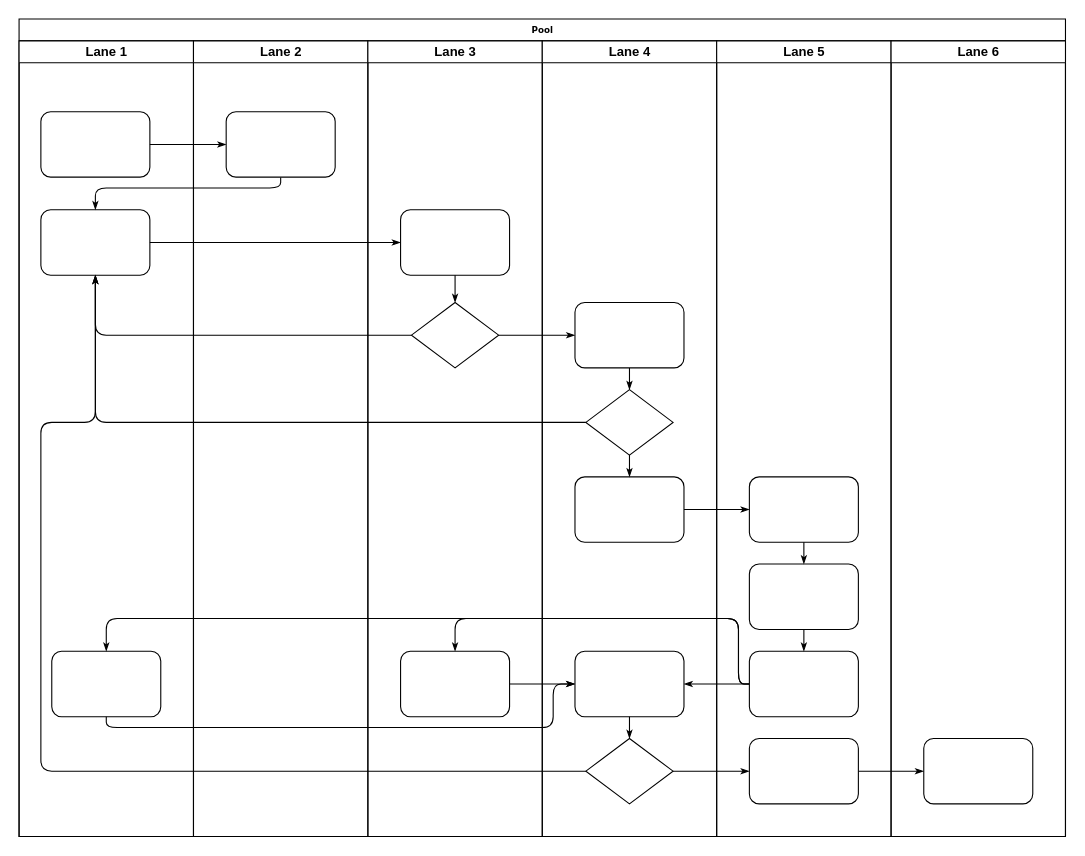
This is Untitled Diagram.drawio from AutoAllenWu/MyAuto, a draw.io file, before an edit. Source tidied: cells renumbered, new cells numbered last; positions are measured from the earlier drawing's top-left corner, leaving out a move shared by most shapes. Both pictures are drawn from the tidied source at 109%, with x=0, y=0 at pixel (19, 19).
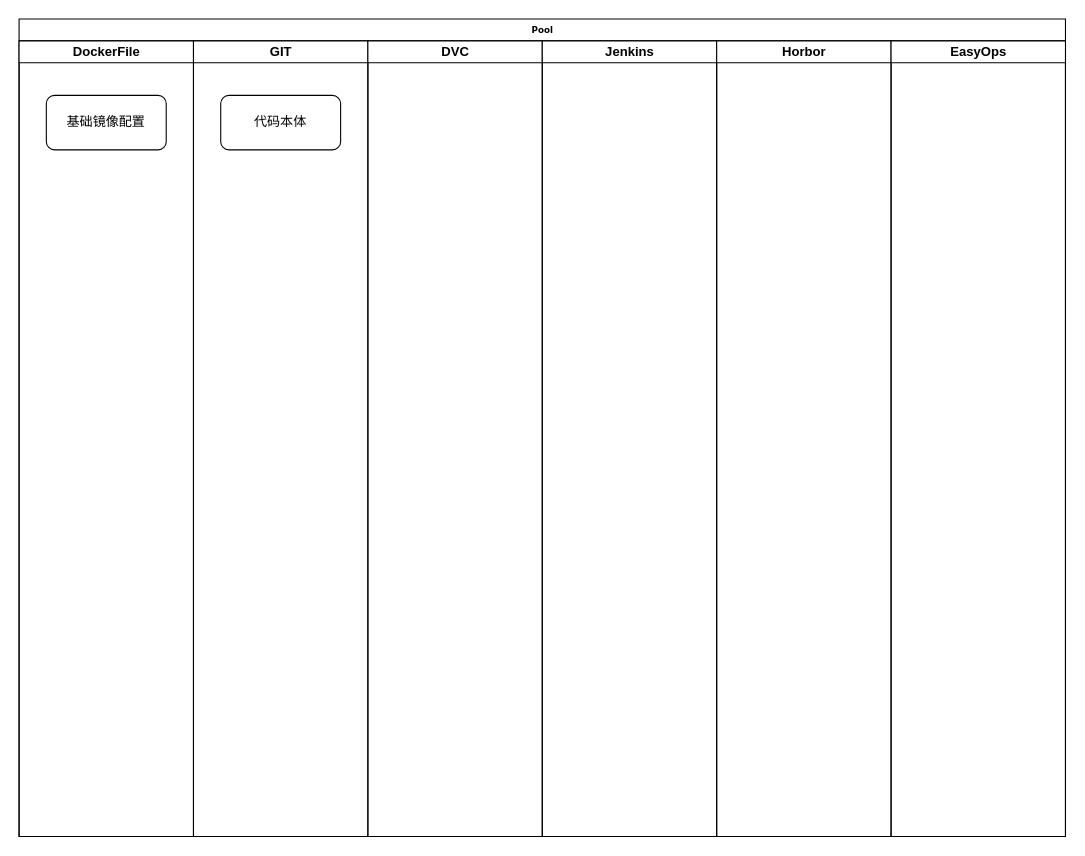
After the change.

The change refers to these unchanged cells:
```xml
<mxCell id="2" value="Pool" style="swimlane;html=1;startSize=20;rounded=0;shadow=0;labelBackgroundColor=none;strokeWidth=1;fontFamily=Verdana;fontSize=8;align=center;" parent="1" vertex="1">
  <mxGeometry width="960" height="750" as="geometry" />
</mxCell>
```

Diff of the diagram source:
```diff
@@
-    <mxCell id="3" value="Lane 1" style="swimlane;html=1;startSize=20;" parent="2" vertex="1">
+    <mxCell id="3" value="DockerFile" style="swimlane;html=1;startSize=20;" parent="2" vertex="1">
       <mxGeometry y="20" width="160" height="730" as="geometry" />
     </mxCell>
-    <mxCell id="4" style="rounded=1;whiteSpace=wrap;html=1;shadow=0;labelBackgroundColor=none;strokeWidth=1;fontFamily=Verdana;fontSize=8;align=center;" parent="3" vertex="1">
-      <mxGeometry x="20" y="65" width="100" height="60" as="geometry" />
-    </mxCell>
-    <mxCell id="5" style="rounded=1;whiteSpace=wrap;html=1;shadow=0;labelBackgroundColor=none;strokeWidth=1;fontFamily=Verdana;fontSize=8;align=center;" parent="3" vertex="1">
-      <mxGeometry x="20" y="155" width="100" height="60" as="geometry" />
-    </mxCell>
-    <mxCell id="6" style="rounded=1;whiteSpace=wrap;html=1;shadow=0;labelBackgroundColor=none;strokeWidth=1;fontFamily=Verdana;fontSize=8;align=center;" parent="3" vertex="1">
-      <mxGeometry x="30" y="560" width="100" height="60" as="geometry" />
-    </mxCell>
-    <mxCell id="7" style="edgeStyle=orthogonalEdgeStyle;rounded=1;html=1;labelBackgroundColor=none;startArrow=none;startFill=0;startSize=5;endArrow=classicThin;endFill=1;endSize=5;jettySize=auto;strokeWidth=1;fontFamily=Verdana;fontSize=8;" parent="2" edge="1" source="4" target="23">
-      <mxGeometry relative="1" as="geometry" />
-    </mxCell>
-    <mxCell id="8" style="edgeStyle=orthogonalEdgeStyle;rounded=1;html=1;labelBackgroundColor=none;startArrow=none;startFill=0;startSize=5;endArrow=classicThin;endFill=1;endSize=5;jettySize=auto;strokeWidth=1;fontFamily=Verdana;fontSize=8;" parent="2" edge="1" source="23" target="5">
-      <mxGeometry relative="1" as="geometry">
-        <Array as="points">
-          <mxPoint x="240" y="155" />
-          <mxPoint x="70" y="155" />
-        </Array>
-      </mxGeometry>
-    </mxCell>
-    <mxCell id="9" style="edgeStyle=orthogonalEdgeStyle;rounded=1;html=1;labelBackgroundColor=none;startArrow=none;startFill=0;startSize=5;endArrow=classicThin;endFill=1;endSize=5;jettySize=auto;strokeWidth=1;fontFamily=Verdana;fontSize=8;" parent="2" edge="1" source="5" target="25">
-      <mxGeometry relative="1" as="geometry" />
-    </mxCell>
-    <mxCell id="10" style="edgeStyle=orthogonalEdgeStyle;rounded=1;html=1;labelBackgroundColor=none;startArrow=none;startFill=0;startSize=5;endArrow=classicThin;endFill=1;endSize=5;jettySize=auto;strokeWidth=1;fontFamily=Verdana;fontSize=8;" parent="2" edge="1" source="26" target="5">
-      <mxGeometry relative="1" as="geometry" />
-    </mxCell>
-    <mxCell id="11" style="edgeStyle=orthogonalEdgeStyle;rounded=1;html=1;labelBackgroundColor=none;startArrow=none;startFill=0;startSize=5;endArrow=classicThin;endFill=1;endSize=5;jettySize=auto;strokeWidth=1;fontFamily=Verdana;fontSize=8;" parent="2" edge="1" source="31" target="5">
-      <mxGeometry relative="1" as="geometry" />
-    </mxCell>
-    <mxCell id="12" style="edgeStyle=orthogonalEdgeStyle;rounded=1;html=1;labelBackgroundColor=none;startArrow=none;startFill=0;startSize=5;endArrow=classicThin;endFill=1;endSize=5;jettySize=auto;strokeWidth=1;fontFamily=Verdana;fontSize=8;" parent="2" edge="1" source="34" target="5">
-      <mxGeometry relative="1" as="geometry">
-        <Array as="points">
-          <mxPoint x="20" y="690" />
-          <mxPoint x="20" y="370" />
-          <mxPoint x="70" y="370" />
-        </Array>
-      </mxGeometry>
-    </mxCell>
-    <mxCell id="13" style="edgeStyle=orthogonalEdgeStyle;rounded=1;html=1;labelBackgroundColor=none;startArrow=none;startFill=0;startSize=5;endArrow=classicThin;endFill=1;endSize=5;jettySize=auto;strokeWidth=1;fontFamily=Verdana;fontSize=8;" parent="2" edge="1" source="26" target="30">
-      <mxGeometry relative="1" as="geometry" />
-    </mxCell>
-    <mxCell id="14" style="edgeStyle=orthogonalEdgeStyle;rounded=1;html=1;labelBackgroundColor=none;startArrow=none;startFill=0;startSize=5;endArrow=classicThin;endFill=1;endSize=5;jettySize=auto;strokeWidth=1;fontFamily=Verdana;fontSize=8;" parent="2" edge="1" source="34" target="42">
-      <mxGeometry relative="1" as="geometry" />
-    </mxCell>
+    <mxCell id="47" value="基础镜像配置" style="rounded=1;whiteSpace=wrap;html=1;" parent="3" vertex="1">
+      <mxGeometry x="25" y="50" width="110" height="50" as="geometry" />
+    </mxCell>
-    <mxCell id="15" style="edgeStyle=orthogonalEdgeStyle;rounded=1;html=1;labelBackgroundColor=none;startArrow=none;startFill=0;startSize=5;endArrow=classicThin;endFill=1;endSize=5;jettySize=auto;strokeWidth=1;fontFamily=Verdana;fontSize=8;" parent="2" edge="1" source="42" target="46">
-      <mxGeometry relative="1" as="geometry" />
+    <mxCell id="15" style="edgeStyle=orthogonalEdgeStyle;rounded=1;html=1;labelBackgroundColor=none;startArrow=none;startFill=0;startSize=5;endArrow=classicThin;endFill=1;endSize=5;jettySize=auto;orthogonalLoop=1;strokeWidth=1;fontFamily=Verdana;fontSize=8;" parent="2" edge="1">
+      <mxGeometry relative="1" as="geometry">
+        <mxPoint x="770" y="690" as="sourcePoint" />
+      </mxGeometry>
     </mxCell>
-    <mxCell id="16" style="edgeStyle=orthogonalEdgeStyle;rounded=1;html=1;labelBackgroundColor=none;startArrow=none;startFill=0;startSize=5;endArrow=classicThin;endFill=1;endSize=5;jettySize=auto;strokeWidth=1;fontFamily=Verdana;fontSize=8;" parent="2" edge="1" source="32" target="39">
-      <mxGeometry relative="1" as="geometry" />
-    </mxCell>
-    <mxCell id="17" style="edgeStyle=orthogonalEdgeStyle;rounded=1;html=1;labelBackgroundColor=none;startArrow=none;startFill=0;startSize=5;endArrow=classicThin;endFill=1;endSize=5;jettySize=auto;strokeWidth=1;fontFamily=Verdana;fontSize=8;" parent="2" edge="1" source="41" target="27">
-      <mxGeometry relative="1" as="geometry">
-        <Array as="points">
-          <mxPoint x="660" y="610" />
-          <mxPoint x="660" y="550" />
-          <mxPoint x="400" y="550" />
-        </Array>
-      </mxGeometry>
-    </mxCell>
-    <mxCell id="18" style="edgeStyle=orthogonalEdgeStyle;rounded=1;html=1;labelBackgroundColor=none;startArrow=none;startFill=0;startSize=5;endArrow=classicThin;endFill=1;endSize=5;jettySize=auto;strokeColor=#000000;strokeWidth=1;fontFamily=Verdana;fontSize=8;fontColor=#000000;" parent="2" edge="1" source="41" target="33">
-      <mxGeometry relative="1" as="geometry" />
-    </mxCell>
-    <mxCell id="19" style="edgeStyle=orthogonalEdgeStyle;rounded=1;html=1;labelBackgroundColor=none;startArrow=none;startFill=0;startSize=5;endArrow=classicThin;endFill=1;endSize=5;jettySize=auto;strokeWidth=1;fontFamily=Verdana;fontSize=8;" parent="2" edge="1" source="41" target="6">
-      <mxGeometry relative="1" as="geometry">
-        <Array as="points">
-          <mxPoint x="660" y="610" />
-          <mxPoint x="660" y="550" />
-          <mxPoint x="80" y="550" />
-        </Array>
-      </mxGeometry>
-    </mxCell>
-    <mxCell id="20" style="edgeStyle=orthogonalEdgeStyle;rounded=1;html=1;labelBackgroundColor=none;startArrow=none;startFill=0;startSize=5;endArrow=classicThin;endFill=1;endSize=5;jettySize=auto;strokeWidth=1;fontFamily=Verdana;fontSize=8;" parent="2" edge="1" source="6" target="33">
-      <mxGeometry relative="1" as="geometry">
-        <Array as="points">
-          <mxPoint x="80" y="650" />
-          <mxPoint x="490" y="650" />
-          <mxPoint x="490" y="610" />
-        </Array>
-      </mxGeometry>
-    </mxCell>
-    <mxCell id="21" style="edgeStyle=orthogonalEdgeStyle;rounded=1;html=1;labelBackgroundColor=none;startArrow=none;startFill=0;startSize=5;endArrow=classicThin;endFill=1;endSize=5;jettySize=auto;strokeWidth=1;fontFamily=Verdana;fontSize=8;" parent="2" edge="1" source="27" target="33">
-      <mxGeometry relative="1" as="geometry" />
-    </mxCell>
-    <mxCell id="22" value="Lane 2" style="swimlane;html=1;startSize=20;" parent="2" vertex="1">
+    <mxCell id="22" value="GIT" style="swimlane;html=1;startSize=20;" parent="2" vertex="1">
       <mxGeometry x="160" y="20" width="160" height="730" as="geometry" />
     </mxCell>
-    <mxCell id="23" style="rounded=1;whiteSpace=wrap;html=1;shadow=0;labelBackgroundColor=none;strokeWidth=1;fontFamily=Verdana;fontSize=8;align=center;" parent="22" vertex="1">
-      <mxGeometry x="30" y="65" width="100" height="60" as="geometry" />
-    </mxCell>
+    <mxCell id="48" value="代码本体" style="rounded=1;whiteSpace=wrap;html=1;" parent="22" vertex="1">
+      <mxGeometry x="25" y="50" width="110" height="50" as="geometry" />
+    </mxCell>
-    <mxCell id="24" value="Lane 3" style="swimlane;html=1;startSize=20;" parent="2" vertex="1">
+    <mxCell id="24" value="DVC" style="swimlane;html=1;startSize=20;" parent="2" vertex="1">
       <mxGeometry x="320" y="20" width="160" height="730" as="geometry" />
     </mxCell>
-    <mxCell id="25" style="rounded=1;whiteSpace=wrap;html=1;shadow=0;labelBackgroundColor=none;strokeWidth=1;fontFamily=Verdana;fontSize=8;align=center;" parent="24" vertex="1">
-      <mxGeometry x="30" y="155" width="100" height="60" as="geometry" />
-    </mxCell>
-    <mxCell id="26" style="rhombus;whiteSpace=wrap;html=1;rounded=0;shadow=0;labelBackgroundColor=none;strokeWidth=1;fontFamily=Verdana;fontSize=8;align=center;" parent="24" vertex="1">
-      <mxGeometry x="40" y="240" width="80" height="60" as="geometry" />
-    </mxCell>
-    <mxCell id="27" style="rounded=1;whiteSpace=wrap;html=1;shadow=0;labelBackgroundColor=none;strokeWidth=1;fontFamily=Verdana;fontSize=8;align=center;" parent="24" vertex="1">
-      <mxGeometry x="30" y="560" width="100" height="60" as="geometry" />
-    </mxCell>
-    <mxCell id="28" style="edgeStyle=orthogonalEdgeStyle;rounded=1;html=1;labelBackgroundColor=none;startArrow=none;startFill=0;startSize=5;endArrow=classicThin;endFill=1;endSize=5;jettySize=auto;strokeWidth=1;fontFamily=Verdana;fontSize=8;" parent="24" edge="1" source="25" target="26">
-      <mxGeometry relative="1" as="geometry" />
-    </mxCell>
-    <mxCell id="29" value="Lane 4" style="swimlane;html=1;startSize=20;" parent="2" vertex="1">
+    <mxCell id="29" value="Jenkins" style="swimlane;html=1;startSize=20;" parent="2" vertex="1">
       <mxGeometry x="480" y="20" width="160" height="730" as="geometry" />
     </mxCell>
-    <mxCell id="30" style="rounded=1;whiteSpace=wrap;html=1;shadow=0;labelBackgroundColor=none;strokeWidth=1;fontFamily=Verdana;fontSize=8;align=center;" parent="29" vertex="1">
-      <mxGeometry x="30" y="240" width="100" height="60" as="geometry" />
-    </mxCell>
-    <mxCell id="31" style="rhombus;whiteSpace=wrap;html=1;rounded=0;shadow=0;labelBackgroundColor=none;strokeWidth=1;fontFamily=Verdana;fontSize=8;align=center;" parent="29" vertex="1">
-      <mxGeometry x="40" y="320" width="80" height="60" as="geometry" />
-    </mxCell>
-    <mxCell id="32" style="rounded=1;whiteSpace=wrap;html=1;shadow=0;labelBackgroundColor=none;strokeWidth=1;fontFamily=Verdana;fontSize=8;align=center;" parent="29" vertex="1">
-      <mxGeometry x="30" y="400" width="100" height="60" as="geometry" />
-    </mxCell>
-    <mxCell id="33" style="rounded=1;whiteSpace=wrap;html=1;shadow=0;labelBackgroundColor=none;strokeWidth=1;fontFamily=Verdana;fontSize=8;align=center;" parent="29" vertex="1">
-      <mxGeometry x="30" y="560" width="100" height="60" as="geometry" />
-    </mxCell>
-    <mxCell id="34" style="rhombus;whiteSpace=wrap;html=1;rounded=0;shadow=0;labelBackgroundColor=none;strokeWidth=1;fontFamily=Verdana;fontSize=8;align=center;" parent="29" vertex="1">
-      <mxGeometry x="40" y="640" width="80" height="60" as="geometry" />
-    </mxCell>
-    <mxCell id="35" style="edgeStyle=orthogonalEdgeStyle;rounded=1;html=1;labelBackgroundColor=none;startArrow=none;startFill=0;startSize=5;endArrow=classicThin;endFill=1;endSize=5;jettySize=auto;strokeColor=#000000;strokeWidth=1;fontFamily=Verdana;fontSize=8;fontColor=#000000;" parent="29" edge="1" source="30" target="31">
-      <mxGeometry relative="1" as="geometry" />
-    </mxCell>
-    <mxCell id="36" style="edgeStyle=orthogonalEdgeStyle;rounded=1;html=1;labelBackgroundColor=none;startArrow=none;startFill=0;startSize=5;endArrow=classicThin;endFill=1;endSize=5;jettySize=auto;strokeWidth=1;fontFamily=Verdana;fontSize=8;" parent="29" edge="1" source="31" target="32">
-      <mxGeometry relative="1" as="geometry" />
-    </mxCell>
-    <mxCell id="37" style="edgeStyle=orthogonalEdgeStyle;rounded=1;html=1;labelBackgroundColor=none;startArrow=none;startFill=0;startSize=5;endArrow=classicThin;endFill=1;endSize=5;jettySize=auto;strokeWidth=1;fontFamily=Verdana;fontSize=8;" parent="29" edge="1" source="33" target="34">
-      <mxGeometry relative="1" as="geometry" />
-    </mxCell>
-    <mxCell id="38" value="Lane 5" style="swimlane;html=1;startSize=20;" parent="2" vertex="1">
-      <mxGeometry x="640" y="20" width="160" height="730" as="geometry" />
-    </mxCell>
-    <mxCell id="39" style="rounded=1;whiteSpace=wrap;html=1;shadow=0;labelBackgroundColor=none;strokeWidth=1;fontFamily=Verdana;fontSize=8;align=center;" parent="38" vertex="1">
-      <mxGeometry x="30" y="400" width="100" height="60" as="geometry" />
-    </mxCell>
-    <mxCell id="40" style="rounded=1;whiteSpace=wrap;html=1;shadow=0;labelBackgroundColor=none;strokeWidth=1;fontFamily=Verdana;fontSize=8;align=center;" parent="38" vertex="1">
-      <mxGeometry x="30" y="480" width="100" height="60" as="geometry" />
-    </mxCell>
-    <mxCell id="41" style="rounded=1;whiteSpace=wrap;html=1;shadow=0;labelBackgroundColor=none;strokeWidth=1;fontFamily=Verdana;fontSize=8;align=center;" parent="38" vertex="1">
-      <mxGeometry x="30" y="560" width="100" height="60" as="geometry" />
-    </mxCell>
-    <mxCell id="42" style="rounded=1;whiteSpace=wrap;html=1;shadow=0;labelBackgroundColor=none;strokeWidth=1;fontFamily=Verdana;fontSize=8;align=center;" parent="38" vertex="1">
-      <mxGeometry x="30" y="640" width="100" height="60" as="geometry" />
-    </mxCell>
-    <mxCell id="43" style="edgeStyle=orthogonalEdgeStyle;rounded=1;html=1;labelBackgroundColor=none;startArrow=none;startFill=0;startSize=5;endArrow=classicThin;endFill=1;endSize=5;jettySize=auto;strokeWidth=1;fontFamily=Verdana;fontSize=8;" parent="38" edge="1" source="39" target="40">
-      <mxGeometry relative="1" as="geometry" />
-    </mxCell>
-    <mxCell id="44" style="edgeStyle=orthogonalEdgeStyle;rounded=1;html=1;labelBackgroundColor=none;startArrow=none;startFill=0;startSize=5;endArrow=classicThin;endFill=1;endSize=5;jettySize=auto;strokeWidth=1;fontFamily=Verdana;fontSize=8;" parent="38" edge="1" source="40" target="41">
-      <mxGeometry relative="1" as="geometry" />
-    </mxCell>
-    <mxCell id="45" value="Lane 6" style="swimlane;html=1;startSize=20;" parent="2" vertex="1">
-      <mxGeometry x="800" y="20" width="160" height="730" as="geometry" />
-    </mxCell>
-    <mxCell id="46" style="rounded=1;whiteSpace=wrap;html=1;shadow=0;labelBackgroundColor=none;strokeWidth=1;fontFamily=Verdana;fontSize=8;align=center;" parent="45" vertex="1">
-      <mxGeometry x="30" y="640" width="100" height="60" as="geometry" />
-    </mxCell>
+    <mxCell id="49" value="Horbor" style="swimlane;html=1;startSize=20;" parent="2" vertex="1">
+      <mxGeometry x="640" y="20" width="160" height="730" as="geometry" />
+    </mxCell>
+    <mxCell id="50" value="EasyOps" style="swimlane;html=1;startSize=20;" parent="2" vertex="1">
+      <mxGeometry x="800" y="20" width="160" height="730" as="geometry" />
+    </mxCell>
```
